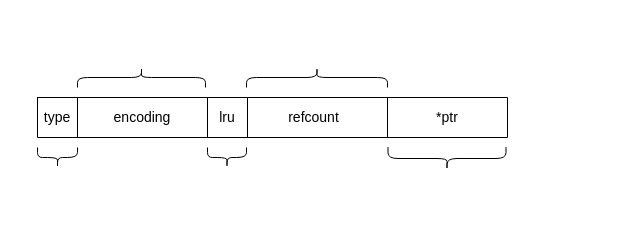
Above: drawio/redisObject数据结构.drawio in guitarock/my-pics (draw.io), before the change. Source tidied: cells renumbered, new cells numbered last; positions are measured from the earlier drawing's top-left corner, leaving out a move shared by most shapes. Both pictures are drawn from the tidied source at 100%, with x=0, y=0 at pixel (37, 67).
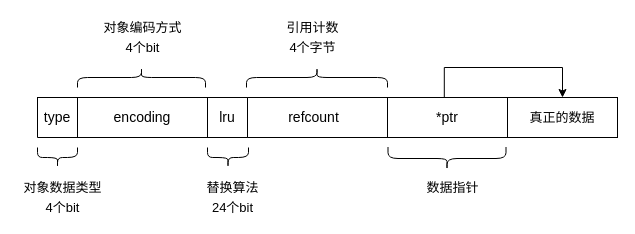
Above is the later version.

Commit message (it also covers changes not shown here):
更新redisObject数据结构.drawio

Unchanged cells that the change refers to:
```xml
<mxCell id="2" style="group;" parent="1" vertex="1">
  <mxGeometry width="470" height="100" as="geometry" />
</mxCell>
```

Change to the diagram source:
```diff
@@
     <mxCell id="16" style="shape=curlyBracket;whiteSpace=wrap;html=1;rounded=1;flipH=1;fontSize=14;direction=north;" parent="2" vertex="1">
-      <mxGeometry x="170" y="80" width="39" height="20" as="geometry" />
+      <mxGeometry x="170" y="80" width="41" height="20" as="geometry" />
     </mxCell>
@@
+    <mxCell id="19" style="group;" parent="1" vertex="1">
+      <mxGeometry x="60" y="-50" width="90" height="40" as="geometry" />
+    </mxCell>
+    <mxCell id="20" value="&lt;font style=&quot;font-size: 13px&quot;&gt;对象编码方式&lt;/font&gt;" style="text;html=1;align=center;verticalAlign=middle;fillColor=none;strokeColor=none;rounded=0;fontSize=14;" parent="19" vertex="1">
+      <mxGeometry width="90" height="20" as="geometry" />
+    </mxCell>
+    <mxCell id="21" value="&lt;font style=&quot;font-size: 13px&quot;&gt;4个bit&lt;/font&gt;" style="text;html=1;align=center;verticalAlign=middle;fillColor=none;strokeColor=none;rounded=0;fontSize=14;" parent="19" vertex="1">
+      <mxGeometry x="20" y="20" width="50" height="20" as="geometry" />
+    </mxCell>
+    <mxCell id="22" style="group;" parent="1" vertex="1">
+      <mxGeometry x="-20" y="110" width="90" height="40" as="geometry" />
+    </mxCell>
+    <mxCell id="23" value="&lt;font style=&quot;font-size: 13px&quot;&gt;对象数据类型&lt;/font&gt;" style="text;html=1;align=center;verticalAlign=middle;fillColor=none;strokeColor=none;rounded=0;fontSize=14;" parent="22" vertex="1">
+      <mxGeometry width="90" height="20" as="geometry" />
+    </mxCell>
+    <mxCell id="24" value="&lt;font style=&quot;font-size: 13px&quot;&gt;4个bit&lt;/font&gt;" style="text;html=1;align=center;verticalAlign=middle;fillColor=none;strokeColor=none;rounded=0;fontSize=14;" parent="22" vertex="1">
+      <mxGeometry x="20" y="20" width="50" height="20" as="geometry" />
+    </mxCell>
+    <mxCell id="25" style="group;" parent="1" vertex="1">
+      <mxGeometry x="150" y="110" width="90" height="40" as="geometry" />
+    </mxCell>
+    <mxCell id="26" value="&lt;span style=&quot;font-size: 13px&quot;&gt;替换算法&lt;/span&gt;" style="text;html=1;align=center;verticalAlign=middle;fillColor=none;strokeColor=none;rounded=0;fontSize=14;" parent="25" vertex="1">
+      <mxGeometry x="10" width="70" height="20" as="geometry" />
+    </mxCell>
+    <mxCell id="27" value="&lt;font style=&quot;font-size: 13px&quot;&gt;24个bit&lt;/font&gt;" style="text;html=1;align=center;verticalAlign=middle;fillColor=none;strokeColor=none;rounded=0;fontSize=14;" parent="25" vertex="1">
+      <mxGeometry x="15" y="20" width="60" height="20" as="geometry" />
+    </mxCell>
+    <mxCell id="28" style="group;" parent="1" vertex="1">
+      <mxGeometry x="230" y="-50" width="91" height="40" as="geometry" />
+    </mxCell>
+    <mxCell id="29" value="&lt;span style=&quot;font-size: 13px&quot;&gt;引用计数&lt;/span&gt;" style="text;html=1;align=center;verticalAlign=middle;fillColor=none;strokeColor=none;rounded=0;fontSize=14;" parent="28" vertex="1">
+      <mxGeometry x="10" width="70" height="20" as="geometry" />
+    </mxCell>
+    <mxCell id="30" value="&lt;font style=&quot;font-size: 13px&quot;&gt;4个字节&lt;/font&gt;" style="text;html=1;align=center;verticalAlign=middle;fillColor=none;strokeColor=none;rounded=0;fontSize=14;" parent="28" vertex="1">
+      <mxGeometry x="15" y="20" width="60" height="20" as="geometry" />
+    </mxCell>
+    <mxCell id="31" value="&lt;span style=&quot;font-size: 13px&quot;&gt;数据指针&lt;/span&gt;" style="text;html=1;align=center;verticalAlign=middle;fillColor=none;strokeColor=none;rounded=0;fontSize=14;" parent="1" vertex="1">
+      <mxGeometry x="380" y="110" width="70" height="20" as="geometry" />
+    </mxCell>
+    <mxCell id="32" value="真正的数据" style="rounded=0;whiteSpace=wrap;html=1;fontSize=13;" parent="1" vertex="1">
+      <mxGeometry x="470" y="30" width="110" height="40" as="geometry" />
+    </mxCell>
+    <mxCell id="33" style="endArrow=classic;html=1;rounded=0;fontSize=13;edgeStyle=orthogonalEdgeStyle;exitX=0.842;exitY=-0.08;exitDx=0;exitDy=0;exitPerimeter=0;entryX=0.5;entryY=0;entryDx=0;entryDy=0;" parent="1" edge="1" target="32">
+      <mxGeometry relative="1" as="geometry">
+        <mxPoint x="406.8" y="30" as="sourcePoint" />
+        <Array as="points">
+          <mxPoint x="407" />
+          <mxPoint x="525" />
+        </Array>
+      </mxGeometry>
+    </mxCell>
```
